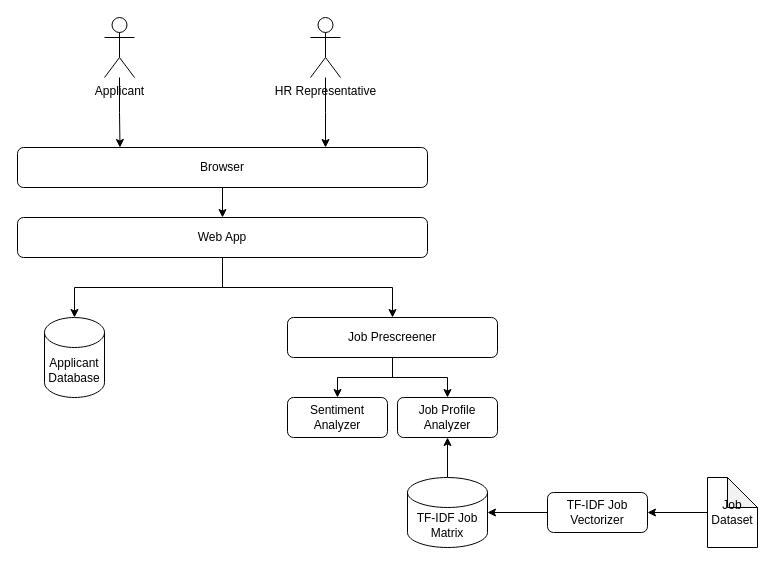
Before: page "Page-1" (1 of 2) of FinalProject/AIT-590 Architecture Diagram.drawio in fernakano/gmu-ait-590, a draw.io diagram. Source tidied: cells renumbered, new cells numbered last; positions are measured from the earlier drawing's top-left corner, leaving out a move shared by most shapes. Both pictures are drawn from the tidied source at 100%, with x=0, y=0 at pixel (17, 17).
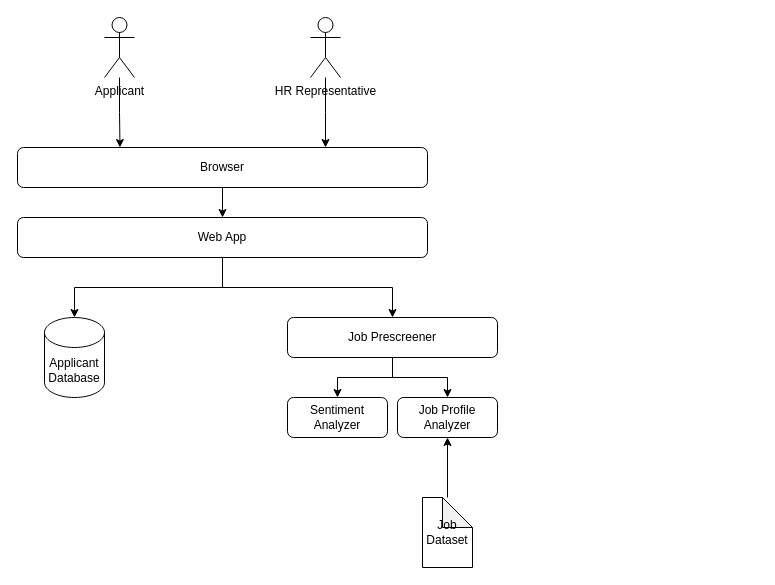
Above is the later version.

The change refers to these unchanged cells:
```xml
<mxCell id="17" value="Job Profile Analyzer" style="rounded=1;whiteSpace=wrap;html=1;" parent="1" vertex="1">
  <mxGeometry x="380" y="380" width="100" height="40" as="geometry" />
</mxCell>
```

What changed in the source:
```diff
@@
-    <mxCell id="14" style="edgeStyle=orthogonalEdgeStyle;rounded=0;jettySize=auto;html=1;" parent="1" edge="1" source="15" target="20">
+    <mxCell id="14" style="edgeStyle=orthogonalEdgeStyle;rounded=0;jettySize=auto;html=1;entryX=0.5;entryY=1;entryDx=0;entryDy=0;" parent="1" edge="1" source="15" target="17">
       <mxGeometry relative="1" as="geometry" />
     </mxCell>
     <mxCell id="15" value="Job Dataset" style="shape=note;whiteSpace=wrap;html=1;backgroundOutline=1;darkOpacity=0.05;" parent="1" vertex="1">
-      <mxGeometry x="690" y="460" width="50" height="70" as="geometry" />
+      <mxGeometry x="405" y="480" width="50" height="70" as="geometry" />
     </mxCell>
@@
-    <mxCell id="19" style="edgeStyle=orthogonalEdgeStyle;rounded=0;jettySize=auto;html=1;" parent="1" edge="1" source="20" target="22">
-      <mxGeometry relative="1" as="geometry" />
-    </mxCell>
-    <mxCell id="20" value="TF-IDF Job Vectorizer" style="rounded=1;whiteSpace=wrap;html=1;" parent="1" vertex="1">
-      <mxGeometry x="530" y="475" width="100" height="40" as="geometry" />
-    </mxCell>
-    <mxCell id="21" style="edgeStyle=orthogonalEdgeStyle;rounded=0;jettySize=auto;html=1;entryX=0.5;entryY=1;entryDx=0;entryDy=0;" parent="1" edge="1" source="22" target="17">
-      <mxGeometry relative="1" as="geometry" />
-    </mxCell>
-    <mxCell id="22" value="TF-IDF Job Matrix" style="shape=cylinder3;whiteSpace=wrap;html=1;boundedLbl=1;backgroundOutline=1;size=15;" parent="1" vertex="1">
-      <mxGeometry x="390" y="460" width="80" height="70" as="geometry" />
-    </mxCell>
```
